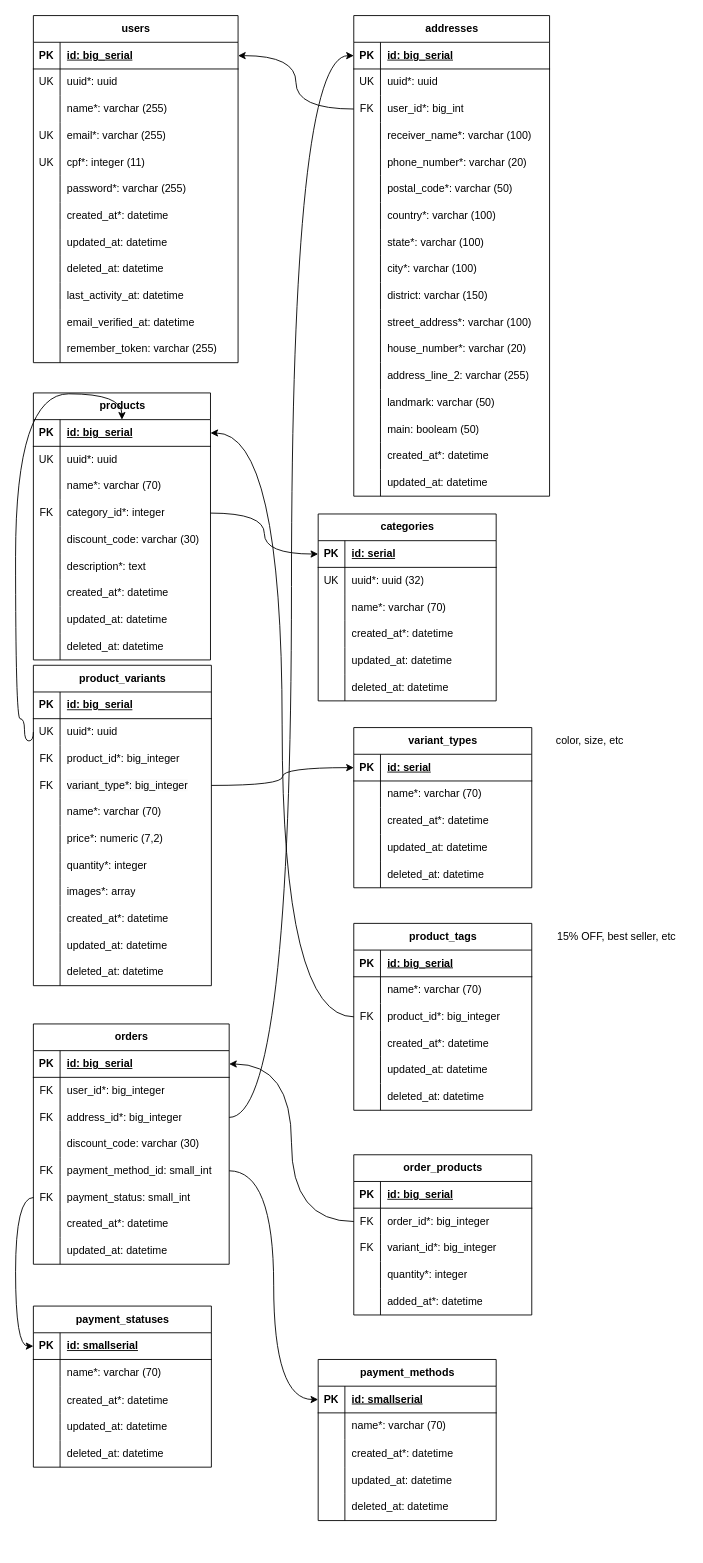
Before: diagrams/class-diagram.drawio in GDDario/live-ecommerce, a draw.io diagram. Source tidied: cells renumbered, new cells numbered last; positions are measured from the earlier drawing's top-left corner, leaving out a move shared by most shapes. Both pictures are drawn from the tidied source at 89%, with x=0, y=0 at pixel (15, 15).
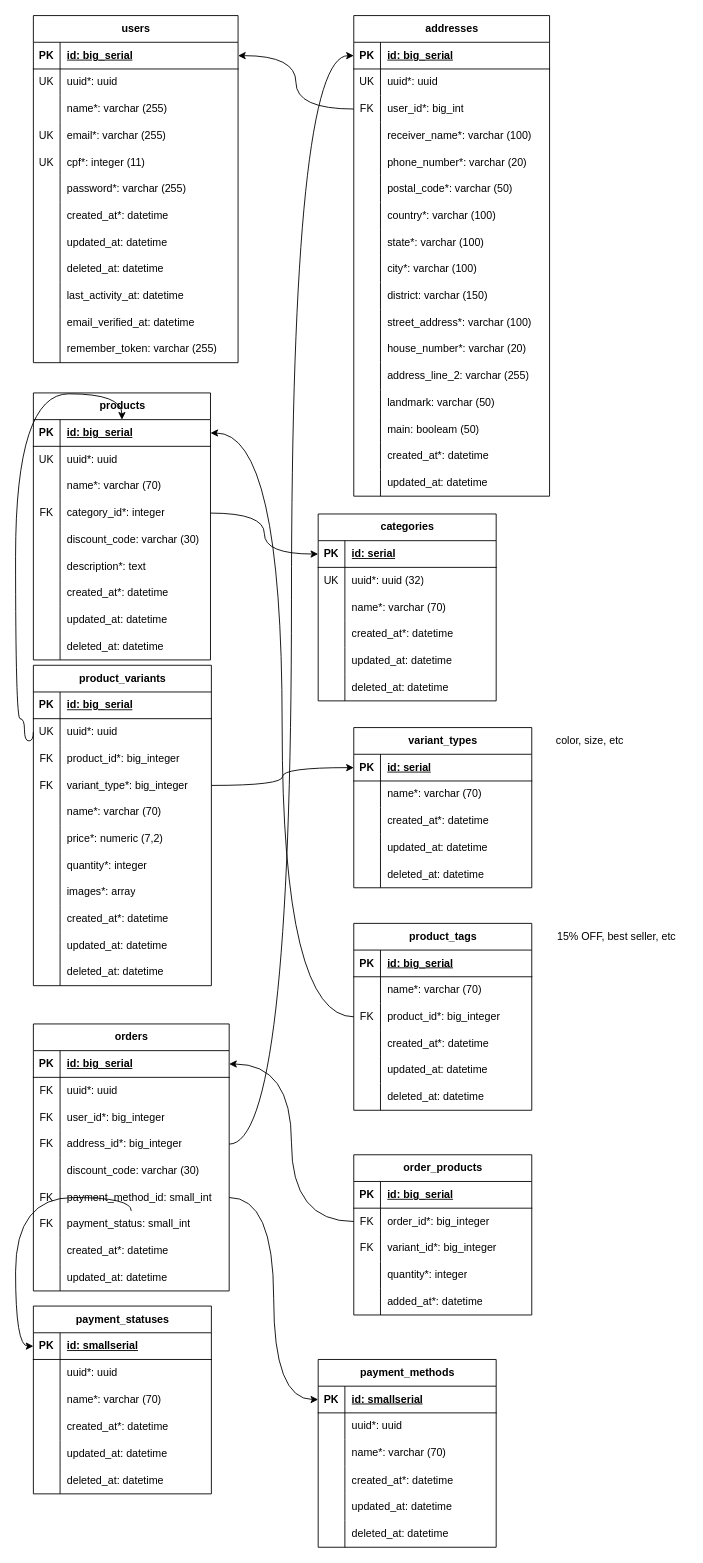
Above is the later version.

Commit message (it also covers changes not shown here):
chore: create migrations for matching the class diagram

Unchanged cells that the change refers to:
```xml
<mxCell id="217" style="shape=tableRow;horizontal=0;startSize=0;swimlaneHead=0;swimlaneBody=0;fillColor=none;top=0;left=0;right=0;bottom=0;" parent="213" vertex="1">
  <mxGeometry y="60" width="220" height="30" as="geometry" />
</mxCell>
<mxCell id="258" style="shape=tableRow;horizontal=0;startSize=0;swimlaneHead=0;swimlaneBody=0;fillColor=none;top=0;left=0;right=0;bottom=0;" parent="254" vertex="1">
  <mxGeometry y="60" width="200" height="30" as="geometry" />
</mxCell>
<mxCell id="278" style="shape=tableRow;horizontal=0;startSize=0;swimlaneHead=0;swimlaneBody=0;fillColor=none;top=0;left=0;right=0;bottom=0;" parent="274" vertex="1">
  <mxGeometry y="60" width="200" height="30" as="geometry" />
</mxCell>
```

What changed in the source:
```diff
@@
     <mxCell id="213" value="orders" style="shape=table;startSize=30;childLayout=tableLayout;rowLines=0;fontStyle=1;align=center;html=1;" parent="1" vertex="1">
-      <mxGeometry x="20" y="1133" width="220" height="270" as="geometry" />
+      <mxGeometry x="20" y="1133" width="220" height="300" as="geometry" />
     </mxCell>
@@
-    <mxCell id="219" value="user_id*: big_integer" style="shape=partialRectangle;fillColor=none;top=0;left=0;bottom=0;right=0;align=left;spacingLeft=6;overflow=hidden;whiteSpace=wrap;html=1;" parent="217" vertex="1">
+    <mxCell id="219" value="uuid*: uuid" style="shape=partialRectangle;fillColor=none;top=0;left=0;bottom=0;right=0;align=left;spacingLeft=6;overflow=hidden;whiteSpace=wrap;html=1;" parent="217" vertex="1">
       <mxGeometry x="30" width="190" height="30" as="geometry" />
     </mxCell>
+    <mxCell id="291" style="shape=tableRow;horizontal=0;startSize=0;swimlaneHead=0;swimlaneBody=0;fillColor=none;top=0;left=0;right=0;bottom=0;" parent="213" vertex="1">
+      <mxGeometry y="90" width="220" height="30" as="geometry" />
+    </mxCell>
+    <mxCell id="292" value="FK" style="shape=partialRectangle;fillColor=none;top=0;left=0;bottom=0;right=0;overflow=hidden;whiteSpace=wrap;html=1;" parent="291" vertex="1">
+      <mxGeometry width="30" height="30" as="geometry" />
+    </mxCell>
+    <mxCell id="293" value="user_id*: big_integer" style="shape=partialRectangle;fillColor=none;top=0;left=0;bottom=0;right=0;align=left;spacingLeft=6;overflow=hidden;whiteSpace=wrap;html=1;" parent="291" vertex="1">
+      <mxGeometry x="30" width="190" height="30" as="geometry" />
+    </mxCell>
     <mxCell id="220" style="shape=tableRow;horizontal=0;startSize=0;swimlaneHead=0;swimlaneBody=0;fillColor=none;points=[[0,0.5],[1,0.5]];portConstraint=eastwest;top=0;left=0;right=0;bottom=0;" parent="213" vertex="1">
-      <mxGeometry y="90" width="220" height="30" as="geometry" />
+      <mxGeometry y="120" width="220" height="30" as="geometry" />
     </mxCell>
@@
     <mxCell id="223" style="shape=tableRow;horizontal=0;startSize=0;swimlaneHead=0;swimlaneBody=0;fillColor=none;top=0;left=0;right=0;bottom=0;" parent="213" vertex="1">
-      <mxGeometry y="120" width="220" height="30" as="geometry" />
+      <mxGeometry y="150" width="220" height="30" as="geometry" />
     </mxCell>
@@
     <mxCell id="226" style="shape=tableRow;horizontal=0;startSize=0;swimlaneHead=0;swimlaneBody=0;fillColor=none;points=[[0,0.5],[1,0.5]];portConstraint=eastwest;top=0;left=0;right=0;bottom=0;" parent="213" vertex="1">
-      <mxGeometry y="150" width="220" height="30" as="geometry" />
+      <mxGeometry y="180" width="220" height="30" as="geometry" />
     </mxCell>
@@
     <mxCell id="229" style="shape=tableRow;horizontal=0;startSize=0;swimlaneHead=0;swimlaneBody=0;fillColor=none;points=[[0,0.5],[1,0.5]];portConstraint=eastwest;top=0;left=0;right=0;bottom=0;" parent="213" vertex="1">
-      <mxGeometry y="180" width="220" height="30" as="geometry" />
+      <mxGeometry y="210" width="220" height="30" as="geometry" />
     </mxCell>
@@
     <mxCell id="232" style="shape=tableRow;horizontal=0;startSize=0;swimlaneHead=0;swimlaneBody=0;fillColor=none;top=0;left=0;right=0;bottom=0;" parent="213" vertex="1">
-      <mxGeometry y="210" width="220" height="30" as="geometry" />
+      <mxGeometry y="240" width="220" height="30" as="geometry" />
     </mxCell>
@@
     <mxCell id="235" style="shape=tableRow;horizontal=0;startSize=0;swimlaneHead=0;swimlaneBody=0;fillColor=none;top=0;left=0;right=0;bottom=0;" parent="213" vertex="1">
-      <mxGeometry y="240" width="220" height="30" as="geometry" />
+      <mxGeometry y="270" width="220" height="30" as="geometry" />
     </mxCell>
@@
     <mxCell id="254" value="payment_statuses" style="shape=table;startSize=30;childLayout=tableLayout;rowLines=0;fontStyle=1;align=center;html=1;" parent="1" vertex="1">
-      <mxGeometry x="20" y="1450" width="200" height="181" as="geometry" />
+      <mxGeometry x="20" y="1450" width="200" height="211" as="geometry" />
     </mxCell>
@@
-    <mxCell id="260" value="name*: varchar (70)" style="shape=partialRectangle;fillColor=none;top=0;left=0;bottom=0;right=0;align=left;spacingLeft=6;overflow=hidden;whiteSpace=wrap;html=1;" parent="258" vertex="1">
+    <mxCell id="260" value="uuid*: uuid" style="shape=partialRectangle;fillColor=none;top=0;left=0;bottom=0;right=0;align=left;spacingLeft=6;overflow=hidden;whiteSpace=wrap;html=1;" parent="258" vertex="1">
       <mxGeometry x="30" width="170" height="30" as="geometry" />
     </mxCell>
+    <mxCell id="294" style="shape=tableRow;horizontal=0;startSize=0;swimlaneHead=0;swimlaneBody=0;fillColor=none;top=0;left=0;right=0;bottom=0;" parent="254" vertex="1">
+      <mxGeometry y="90" width="200" height="30" as="geometry" />
+    </mxCell>
+    <mxCell id="295" style="shape=partialRectangle;fillColor=none;top=0;left=0;bottom=0;right=0;overflow=hidden;whiteSpace=wrap;html=1;" parent="294" vertex="1">
+      <mxGeometry width="30" height="30" as="geometry" />
+    </mxCell>
+    <mxCell id="296" value="name*: varchar (70)" style="shape=partialRectangle;fillColor=none;top=0;left=0;bottom=0;right=0;align=left;spacingLeft=6;overflow=hidden;whiteSpace=wrap;html=1;" parent="294" vertex="1">
+      <mxGeometry x="30" width="170" height="30" as="geometry" />
+    </mxCell>
     <mxCell id="261" style="shape=tableRow;horizontal=0;startSize=0;swimlaneHead=0;swimlaneBody=0;fillColor=none;top=0;left=0;right=0;bottom=0;" parent="254" vertex="1">
-      <mxGeometry y="90" width="200" height="31" as="geometry" />
+      <mxGeometry y="120" width="200" height="31" as="geometry" />
     </mxCell>
@@
     <mxCell id="264" style="shape=tableRow;horizontal=0;startSize=0;swimlaneHead=0;swimlaneBody=0;fillColor=none;top=0;left=0;right=0;bottom=0;" parent="254" vertex="1">
-      <mxGeometry y="121" width="200" height="30" as="geometry" />
+      <mxGeometry y="151" width="200" height="30" as="geometry" />
     </mxCell>
@@
     <mxCell id="267" style="shape=tableRow;horizontal=0;startSize=0;swimlaneHead=0;swimlaneBody=0;fillColor=none;top=0;left=0;right=0;bottom=0;" parent="254" vertex="1">
-      <mxGeometry y="151" width="200" height="30" as="geometry" />
+      <mxGeometry y="181" width="200" height="30" as="geometry" />
     </mxCell>
@@
     <mxCell id="274" value="payment_methods" style="shape=table;startSize=30;childLayout=tableLayout;rowLines=0;fontStyle=1;align=center;html=1;" parent="1" vertex="1">
-      <mxGeometry x="340" y="1510" width="200" height="181" as="geometry" />
+      <mxGeometry x="340" y="1510" width="200" height="211" as="geometry" />
     </mxCell>
@@
-    <mxCell id="280" value="name*: varchar (70)" style="shape=partialRectangle;fillColor=none;top=0;left=0;bottom=0;right=0;align=left;spacingLeft=6;overflow=hidden;whiteSpace=wrap;html=1;" parent="278" vertex="1">
+    <mxCell id="280" value="uuid*: uuid" style="shape=partialRectangle;fillColor=none;top=0;left=0;bottom=0;right=0;align=left;spacingLeft=6;overflow=hidden;whiteSpace=wrap;html=1;" parent="278" vertex="1">
       <mxGeometry x="30" width="170" height="30" as="geometry" />
     </mxCell>
+    <mxCell id="297" style="shape=tableRow;horizontal=0;startSize=0;swimlaneHead=0;swimlaneBody=0;fillColor=none;top=0;left=0;right=0;bottom=0;" parent="274" vertex="1">
+      <mxGeometry y="90" width="200" height="30" as="geometry" />
+    </mxCell>
+    <mxCell id="298" style="shape=partialRectangle;fillColor=none;top=0;left=0;bottom=0;right=0;overflow=hidden;whiteSpace=wrap;html=1;" parent="297" vertex="1">
+      <mxGeometry width="30" height="30" as="geometry" />
+    </mxCell>
+    <mxCell id="299" value="name*: varchar (70)" style="shape=partialRectangle;fillColor=none;top=0;left=0;bottom=0;right=0;align=left;spacingLeft=6;overflow=hidden;whiteSpace=wrap;html=1;" parent="297" vertex="1">
+      <mxGeometry x="30" width="170" height="30" as="geometry" />
+    </mxCell>
     <mxCell id="281" style="shape=tableRow;horizontal=0;startSize=0;swimlaneHead=0;swimlaneBody=0;fillColor=none;top=0;left=0;right=0;bottom=0;" parent="274" vertex="1">
-      <mxGeometry y="90" width="200" height="31" as="geometry" />
+      <mxGeometry y="120" width="200" height="31" as="geometry" />
     </mxCell>
@@
     <mxCell id="284" style="shape=tableRow;horizontal=0;startSize=0;swimlaneHead=0;swimlaneBody=0;fillColor=none;top=0;left=0;right=0;bottom=0;" parent="274" vertex="1">
-      <mxGeometry y="121" width="200" height="30" as="geometry" />
+      <mxGeometry y="151" width="200" height="30" as="geometry" />
     </mxCell>
@@
     <mxCell id="287" style="shape=tableRow;horizontal=0;startSize=0;swimlaneHead=0;swimlaneBody=0;fillColor=none;top=0;left=0;right=0;bottom=0;" parent="274" vertex="1">
-      <mxGeometry y="151" width="200" height="30" as="geometry" />
+      <mxGeometry y="181" width="200" height="30" as="geometry" />
     </mxCell>
```
